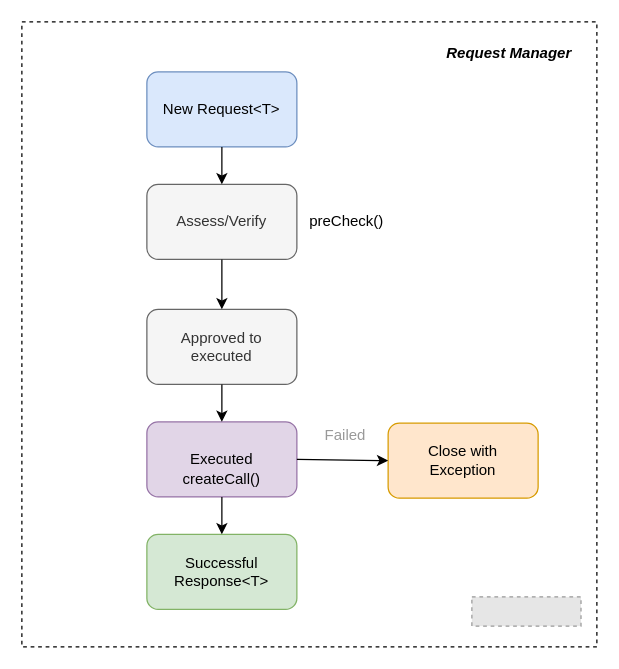
Above: wiki/draw.io/request-manager.drawio in NeoSOFT-Technologies/mobile-android (draw.io), before the change. Source tidied: cells renumbered, new cells numbered last; positions are measured from the earlier drawing's top-left corner, leaving out a move shared by most shapes. Both pictures are drawn from the tidied source at 125%, with x=0, y=0 at pixel (21, 21). Pictures stored in the file or linked from it are replaced by grey dashed boxes.
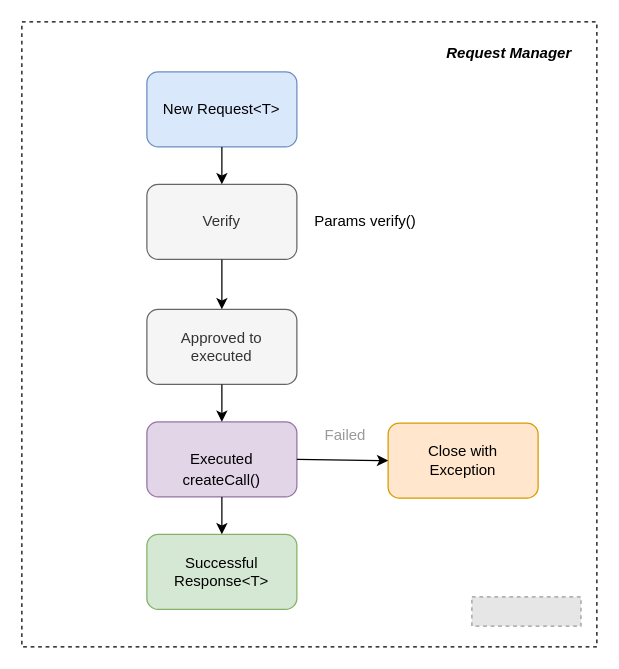
The same page after the edit.

Commit message (it also covers changes not shown here):
Updated request manager, arch diagram & project structure in mains

Diff of the diagram source:
```diff
@@
 <mxGraphModel>
   <root>
     <mxCell id="0" />
     <mxCell id="1" parent="0" />
     <mxCell id="2" style="rounded=0;whiteSpace=wrap;html=1;dashed=1;" parent="1" vertex="1">
       <mxGeometry width="460" height="500" as="geometry" />
     </mxCell>
     <mxCell id="3" value="New Request&amp;lt;T&amp;gt;" style="rounded=1;whiteSpace=wrap;html=1;fillColor=#dae8fc;strokeColor=#6c8ebf;" parent="1" vertex="1">
       <mxGeometry x="100" y="40" width="120" height="60" as="geometry" />
     </mxCell>
-    <mxCell id="4" value="Assess/Verify" style="rounded=1;whiteSpace=wrap;html=1;fillColor=#f5f5f5;fontColor=#333333;strokeColor=#666666;" parent="1" vertex="1">
+    <mxCell id="4" value="Verify" style="rounded=1;whiteSpace=wrap;html=1;fillColor=#f5f5f5;fontColor=#333333;strokeColor=#666666;" parent="1" vertex="1">
       <mxGeometry x="100" y="130" width="120" height="60" as="geometry" />
     </mxCell>
     <mxCell id="5" value="Approved to &lt;br&gt;executed" style="rounded=1;whiteSpace=wrap;html=1;fillColor=#f5f5f5;fontColor=#333333;strokeColor=#666666;" parent="1" vertex="1">
       <mxGeometry x="100" y="230" width="120" height="60" as="geometry" />
     </mxCell>
     <mxCell id="6" value="Executed" style="rounded=1;whiteSpace=wrap;html=1;fillColor=#e1d5e7;strokeColor=#9673a6;" parent="1" vertex="1">
       <mxGeometry x="100" y="320" width="120" height="60" as="geometry" />
     </mxCell>
     <mxCell id="7" value="Close with &lt;br&gt;Exception" style="rounded=1;whiteSpace=wrap;html=1;fillColor=#ffe6cc;strokeColor=#d79b00;" parent="1" vertex="1">
       <mxGeometry x="293" y="321" width="120" height="60" as="geometry" />
     </mxCell>
     <mxCell id="8" value="Successful Response&amp;lt;T&amp;gt;" style="rounded=1;whiteSpace=wrap;html=1;fillColor=#d5e8d4;strokeColor=#82b366;" parent="1" vertex="1">
       <mxGeometry x="100" y="410" width="120" height="60" as="geometry" />
     </mxCell>
     <mxCell id="9" style="endArrow=classic;html=1;rounded=0;exitX=0.5;exitY=1;exitDx=0;exitDy=0;entryX=0.5;entryY=0;entryDx=0;entryDy=0;" parent="1" edge="1" source="3" target="4">
       <mxGeometry relative="1" as="geometry" />
     </mxCell>
     <mxCell id="10" style="endArrow=classic;html=1;rounded=0;exitX=0.5;exitY=1;exitDx=0;exitDy=0;entryX=0.5;entryY=0;entryDx=0;entryDy=0;" parent="1" edge="1" source="4" target="5">
       <mxGeometry relative="1" as="geometry" />
     </mxCell>
     <mxCell id="11" style="endArrow=classic;html=1;rounded=0;exitX=0.5;exitY=1;exitDx=0;exitDy=0;entryX=0.5;entryY=0;entryDx=0;entryDy=0;" parent="1" edge="1" source="5" target="6">
       <mxGeometry relative="1" as="geometry" />
     </mxCell>
     <mxCell id="12" style="endArrow=classic;html=1;rounded=0;exitX=0.5;exitY=1;exitDx=0;exitDy=0;" parent="1" edge="1" source="6" target="8">
       <mxGeometry relative="1" as="geometry" />
     </mxCell>
     <mxCell id="13" style="endArrow=classic;html=1;rounded=0;exitX=1;exitY=0.5;exitDx=0;exitDy=0;entryX=0;entryY=0.5;entryDx=0;entryDy=0;" parent="1" edge="1" source="6" target="7">
       <mxGeometry relative="1" as="geometry" />
     </mxCell>
     <mxCell id="14" value="&lt;b&gt;&lt;i&gt;Request Manager&lt;/i&gt;&lt;/b&gt;" style="text;html=1;align=center;verticalAlign=middle;whiteSpace=wrap;rounded=0;dashed=1;" parent="1" vertex="1">
       <mxGeometry x="320" y="10" width="140" height="30" as="geometry" />
     </mxCell>
     <mxCell id="15" value="Failed" style="text;html=1;strokeColor=none;fillColor=none;align=center;verticalAlign=middle;whiteSpace=wrap;rounded=0;dashed=1;fontColor=#999999;" parent="1" vertex="1">
       <mxGeometry x="229" y="316" width="60" height="30" as="geometry" />
     </mxCell>
     <mxCell id="16" style="fillColor=#E6E6E6;strokeColor=#999999;dashed=1;verticalLabelPosition=bottom;labelBackgroundColor=default;verticalAlign=top;" parent="1" vertex="1">
       <mxGeometry x="360" y="460" width="87.3" height="23.4" as="geometry" />
     </mxCell>
-    <mxCell id="17" value="preCheck()" style="text;html=1;strokeColor=none;fillColor=none;align=center;verticalAlign=middle;whiteSpace=wrap;rounded=0;dashed=1;fontColor=#000000;" parent="1" vertex="1">
-      <mxGeometry x="230" y="145" width="60" height="30" as="geometry" />
+    <mxCell id="17" value="Params verify()" style="text;html=1;strokeColor=none;fillColor=none;align=center;verticalAlign=middle;whiteSpace=wrap;rounded=0;dashed=1;fontColor=#000000;" parent="1" vertex="1">
+      <mxGeometry x="230" y="145" width="90" height="30" as="geometry" />
     </mxCell>
     <mxCell id="18" value="createCall()" style="text;html=1;strokeColor=none;fillColor=none;align=center;verticalAlign=middle;whiteSpace=wrap;rounded=0;dashed=1;fontColor=#000000;" parent="1" vertex="1">
-      <mxGeometry x="130" y="351" width="60" height="30" as="geometry" />
+      <mxGeometry x="130" y="352" width="60" height="30" as="geometry" />
     </mxCell>
   </root>
 </mxGraphModel>
```
